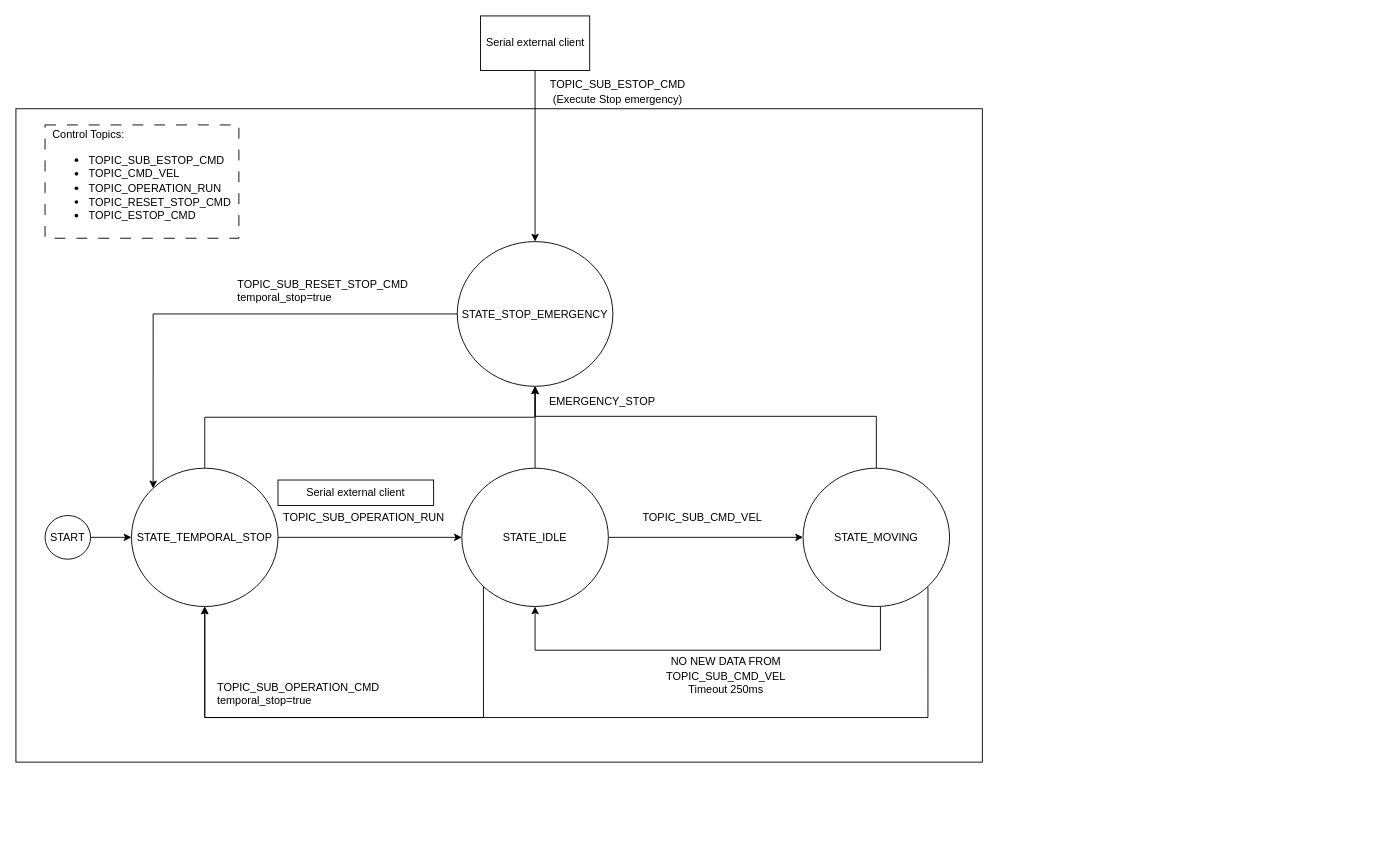
Earlier version of the draw.io diagram page "Arquitecture - FSM" (3 of 5) of docs/device.drawio (ipobletev/yahboom-stm32f103-ros-boardcontrol). Source tidied: cells renumbered, new cells numbered last; positions are measured from the earlier drawing's top-left corner, leaving out a move shared by most shapes. Both pictures are drawn from the tidied source at 91%, with x=0, y=0 at pixel (15, 15).
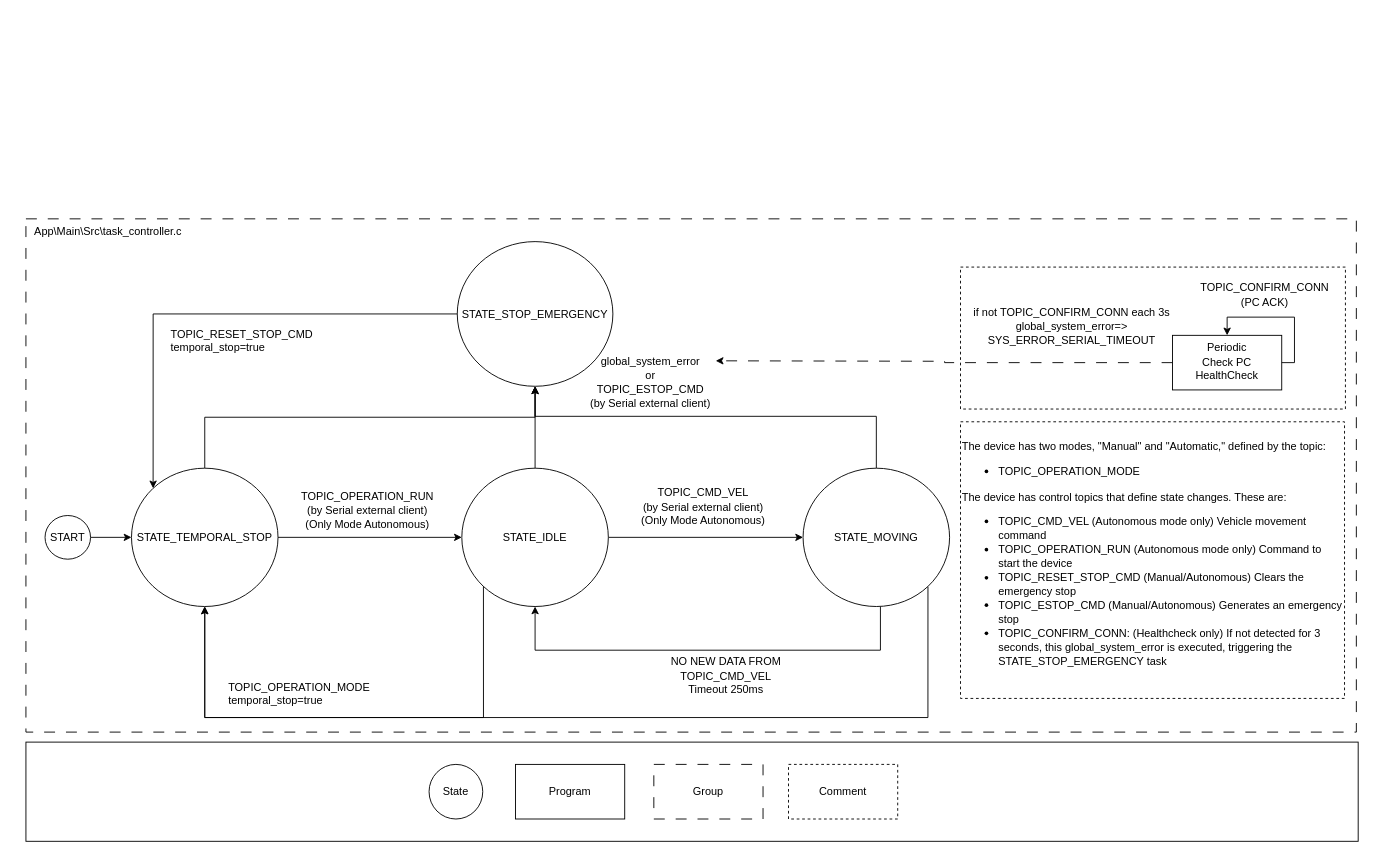
After the change.

Unchanged cells that the change refers to:
```xml
<mxCell id="9" value="&lt;font face=&quot;Helvetica&quot;&gt;STATE_STOP_&lt;/font&gt;&lt;span style=&quot;font-family: Helvetica;&quot;&gt;EMERGENCY&lt;/span&gt;" style="ellipse;whiteSpace=wrap;html=1;hachureGap=4;fontFamily=Architects Daughter;" parent="1" vertex="1">
  <mxGeometry x="485" y="248" width="171" height="159" as="geometry" />
</mxCell>
```

Diff of the diagram source:
```diff
@@
+    <mxCell id="29" style="rounded=0;whiteSpace=wrap;html=1;hachureGap=4;fontFamily=Architects Daughter;" parent="1" vertex="1">
+      <mxGeometry x="11" y="798" width="1464" height="109" as="geometry" />
+    </mxCell>
-    <mxCell id="2" style="rounded=0;whiteSpace=wrap;html=1;hachureGap=4;fontFamily=Architects Daughter;" parent="1" vertex="1">
-      <mxGeometry y="102" width="1062" height="718" as="geometry" />
+    <mxCell id="2" style="rounded=0;whiteSpace=wrap;html=1;hachureGap=4;fontFamily=Architects Daughter;dashed=1;dashPattern=12 12;" parent="1" vertex="1">
+      <mxGeometry x="11" y="223" width="1462" height="564" as="geometry" />
     </mxCell>
+    <mxCell id="30" style="rounded=0;whiteSpace=wrap;html=1;hachureGap=4;fontFamily=Architects Daughter;dashed=1;" parent="1" vertex="1">
+      <mxGeometry x="1038" y="276" width="423" height="156" as="geometry" />
+    </mxCell>
@@
-    <mxCell id="17" value="&lt;font face=&quot;Helvetica&quot;&gt;TOPIC_SUB_OPERATION_RUN&lt;/font&gt;" style="text;html=1;align=center;verticalAlign=middle;strokeColor=none;fillColor=none;fontFamily=Architects Daughter;" parent="1" vertex="1">
-      <mxGeometry x="284" y="538" width="195" height="27" as="geometry" />
+    <mxCell id="17" value="&lt;font face=&quot;Helvetica&quot;&gt;TOPIC_OPERATION_RUN&lt;/font&gt;&lt;div&gt;&lt;font face=&quot;Helvetica&quot;&gt;(by&amp;nbsp;&lt;/font&gt;&lt;span style=&quot;background-color: initial;&quot;&gt;&lt;font face=&quot;Helvetica&quot;&gt;Serial external client&lt;/font&gt;&lt;/span&gt;&lt;span style=&quot;font-family: Helvetica; background-color: initial;&quot;&gt;)&lt;/span&gt;&lt;/div&gt;&lt;div&gt;&lt;span style=&quot;font-family: Helvetica;&quot;&gt;(Only Mode Autonomous)&lt;/span&gt;&lt;br style=&quot;font-family: Helvetica;&quot;&gt;&lt;/div&gt;" style="text;html=1;align=center;verticalAlign=middle;strokeColor=none;fillColor=none;fontFamily=Architects Daughter;" parent="1" vertex="1">
+      <mxGeometry x="304" y="515" width="164" height="58" as="geometry" />
     </mxCell>
-    <mxCell id="18" value="&lt;span style=&quot;font-family: Helvetica;&quot;&gt;TOPIC_SUB_CMD_VEL&lt;/span&gt;" style="text;html=1;align=center;verticalAlign=middle;strokeColor=none;fillColor=none;fontFamily=Architects Daughter;" parent="1" vertex="1">
-      <mxGeometry x="679" y="538" width="149" height="27" as="geometry" />
+    <mxCell id="18" value="&lt;font face=&quot;Helvetica&quot;&gt;TOPIC_CMD_VEL&lt;/font&gt;&lt;br&gt;&lt;font face=&quot;Helvetica&quot;&gt;(by Serial external client)&lt;br&gt;&lt;/font&gt;&lt;span style=&quot;font-family: Helvetica;&quot;&gt;(Only Mode Autonomous)&lt;/span&gt;&lt;font face=&quot;Helvetica&quot;&gt;&lt;br&gt;&lt;/font&gt;" style="text;html=1;align=center;verticalAlign=middle;strokeColor=none;fillColor=none;fontFamily=Architects Daughter;" parent="1" vertex="1">
+      <mxGeometry x="678" y="511" width="154" height="58" as="geometry" />
     </mxCell>
-    <mxCell id="19" value="&lt;span style=&quot;font-family: Helvetica;&quot;&gt;NO NEW DATA FROM&lt;br&gt;TOPIC_SUB_CMD_VEL&lt;br&gt;Timeout 250ms&lt;/span&gt;" style="text;html=1;align=center;verticalAlign=middle;strokeColor=none;fillColor=none;fontFamily=Architects Daughter;" parent="1" vertex="1">
-      <mxGeometry x="705" y="697" width="149" height="58" as="geometry" />
+    <mxCell id="19" value="&lt;span style=&quot;font-family: Helvetica;&quot;&gt;NO NEW DATA FROM&lt;br&gt;TOPIC_CMD_VEL&lt;br&gt;Timeout 250ms&lt;/span&gt;" style="text;html=1;align=center;verticalAlign=middle;strokeColor=none;fillColor=none;fontFamily=Architects Daughter;" parent="1" vertex="1">
+      <mxGeometry x="710" y="697" width="139" height="58" as="geometry" />
     </mxCell>
-    <mxCell id="20" value="&lt;font face=&quot;Helvetica&quot;&gt;EMERGENCY_STOP&lt;/font&gt;" style="text;html=1;align=center;verticalAlign=middle;strokeColor=none;fillColor=none;fontFamily=Architects Daughter;" parent="1" vertex="1">
-      <mxGeometry x="577" y="410" width="134" height="27" as="geometry" />
-    </mxCell>
-    <mxCell id="21" value="&lt;font face=&quot;Helvetica&quot;&gt;TOPIC_SUB_OPERATION_CMD&lt;br&gt;&lt;div style=&quot;text-align: left;&quot;&gt;&lt;span style=&quot;background-color: initial;&quot;&gt;temporal_stop=true&lt;/span&gt;&lt;/div&gt;&lt;/font&gt;" style="text;html=1;align=center;verticalAlign=middle;strokeColor=none;fillColor=none;fontFamily=Architects Daughter;" parent="1" vertex="1">
-      <mxGeometry x="212" y="724" width="196" height="42" as="geometry" />
+    <mxCell id="21" value="&lt;font face=&quot;Helvetica&quot;&gt;TOPIC_OPERATION_MODE&lt;br&gt;&lt;div style=&quot;text-align: left;&quot;&gt;&lt;span style=&quot;background-color: initial;&quot;&gt;temporal_stop=true&lt;/span&gt;&lt;/div&gt;&lt;/font&gt;" style="text;html=1;align=center;verticalAlign=middle;strokeColor=none;fillColor=none;fontFamily=Architects Daughter;" parent="1" vertex="1">
+      <mxGeometry x="224" y="724" width="174" height="42" as="geometry" />
     </mxCell>
@@
-    <mxCell id="23" value="&lt;span style=&quot;font-family: Helvetica;&quot;&gt;TOPIC_SUB_RESET_STOP_CMD&lt;/span&gt;&lt;br style=&quot;font-family: Helvetica;&quot;&gt;&lt;div style=&quot;font-family: Helvetica; text-align: left;&quot;&gt;&lt;span style=&quot;background-color: initial;&quot;&gt;temporal_stop=true&lt;/span&gt;&lt;/div&gt;" style="text;html=1;align=center;verticalAlign=middle;strokeColor=none;fillColor=none;fontFamily=Architects Daughter;" parent="1" vertex="1">
-      <mxGeometry x="234" y="281" width="206" height="42" as="geometry" />
+    <mxCell id="23" value="&lt;font face=&quot;Helvetica&quot;&gt;TOPIC_RESET_STOP_CMD&lt;/font&gt;&lt;br style=&quot;font-family: Helvetica;&quot;&gt;&lt;div style=&quot;font-family: Helvetica; text-align: left;&quot;&gt;&lt;span style=&quot;background-color: initial;&quot;&gt;temporal_stop=true&lt;/span&gt;&lt;/div&gt;" style="text;html=1;align=center;verticalAlign=middle;strokeColor=none;fillColor=none;fontFamily=Architects Daughter;" parent="1" vertex="1">
+      <mxGeometry x="161" y="336" width="174" height="42" as="geometry" />
     </mxCell>
-    <mxCell id="24" style="edgeStyle=orthogonalEdgeStyle;rounded=0;hachureGap=4;jettySize=auto;html=1;entryX=0.5;entryY=0;entryDx=0;entryDy=0;fontFamily=Architects Daughter;" parent="1" edge="1" source="25" target="9">
-      <mxGeometry relative="1" as="geometry" />
-    </mxCell>
-    <mxCell id="25" value="&lt;font face=&quot;Helvetica&quot;&gt;Serial external client&lt;br&gt;&lt;/font&gt;" style="rounded=0;whiteSpace=wrap;html=1;hachureGap=4;fontFamily=Architects Daughter;" parent="1" vertex="1">
-      <mxGeometry x="510.5" width="120" height="60" as="geometry" />
-    </mxCell>
-    <mxCell id="26" value="&lt;font face=&quot;Helvetica&quot;&gt;TOPIC_SUB_ESTOP_CMD&lt;br&gt;(&lt;/font&gt;&lt;span style=&quot;font-family: Helvetica;&quot;&gt;Execute Stop emergency&lt;/span&gt;&lt;font face=&quot;Helvetica&quot;&gt;)&lt;/font&gt;" style="text;html=1;align=center;verticalAlign=middle;strokeColor=none;fillColor=none;fontFamily=Architects Daughter;" parent="1" vertex="1">
-      <mxGeometry x="577" y="62" width="167" height="43" as="geometry" />
+    <mxCell id="26" value="&lt;span style=&quot;font-family: Helvetica;&quot;&gt;global_system_error &lt;br&gt;or&lt;br&gt;&lt;/span&gt;&lt;font face=&quot;Helvetica&quot;&gt;TOPIC_ESTOP_CMD&lt;br&gt;&lt;/font&gt;&lt;font face=&quot;Helvetica&quot;&gt;(by&amp;nbsp;&lt;/font&gt;&lt;span style=&quot;background-color: initial;&quot;&gt;&lt;font face=&quot;Helvetica&quot;&gt;Serial external client&lt;/font&gt;&lt;/span&gt;&lt;span style=&quot;background-color: initial; font-family: Helvetica;&quot;&gt;)&lt;/span&gt;&lt;font face=&quot;Helvetica&quot;&gt;&lt;br&gt;&lt;/font&gt;" style="text;html=1;align=center;verticalAlign=middle;strokeColor=none;fillColor=none;fontFamily=Architects Daughter;" parent="1" vertex="1">
+      <mxGeometry x="622" y="366" width="150" height="74" as="geometry" />
     </mxCell>
-    <mxCell id="27" value="&lt;font face=&quot;Helvetica&quot;&gt;Serial external client&lt;br&gt;&lt;/font&gt;" style="rounded=0;whiteSpace=wrap;html=1;hachureGap=4;fontFamily=Architects Daughter;" parent="1" vertex="1">
-      <mxGeometry x="288" y="510" width="171" height="28" as="geometry" />
-    </mxCell>
-    <mxCell id="28" value="&lt;div style=&quot;text-align: left;&quot;&gt;&lt;span style=&quot;font-family: Helvetica; background-color: initial;&quot;&gt;Control Topics:&lt;/span&gt;&lt;/div&gt;&lt;div&gt;&lt;ul&gt;&lt;li style=&quot;text-align: left;&quot;&gt;&lt;font face=&quot;Helvetica&quot;&gt;TOPIC_SUB_ESTOP_CMD&lt;br&gt;&lt;/font&gt;&lt;/li&gt;&lt;li style=&quot;text-align: left;&quot;&gt;&lt;font face=&quot;Helvetica&quot;&gt;TOPIC_CMD_VEL&lt;br&gt;&lt;/font&gt;&lt;/li&gt;&lt;li style=&quot;text-align: left;&quot;&gt;&lt;font face=&quot;Helvetica&quot;&gt;TOPIC_OPERATION_RUN&lt;br&gt;&lt;/font&gt;&lt;/li&gt;&lt;li style=&quot;text-align: left;&quot;&gt;&lt;font face=&quot;Helvetica&quot;&gt;&lt;span style=&quot;text-align: center;&quot;&gt;TOPIC_RESET_STOP_CMD&lt;/span&gt;&lt;br&gt;&lt;/font&gt;&lt;/li&gt;&lt;li style=&quot;text-align: left;&quot;&gt;&lt;font face=&quot;Helvetica&quot;&gt;&lt;span style=&quot;text-align: center;&quot;&gt;TOPIC_ESTOP_CMD&lt;/span&gt;&lt;/font&gt;&lt;/li&gt;&lt;/ul&gt;&lt;/div&gt;" style="rounded=0;whiteSpace=wrap;html=1;hachureGap=4;fontFamily=Architects Daughter;dashed=1;dashPattern=12 12;" parent="1" vertex="1">
-      <mxGeometry x="32" y="119.8" width="213" height="124.5" as="geometry" />
-    </mxCell>
+    <mxCell id="31" value="&lt;font face=&quot;Helvetica&quot;&gt;App\Main\Src\task_controller.c&lt;/font&gt;" style="text;html=1;align=center;verticalAlign=middle;strokeColor=none;fillColor=none;fontFamily=Architects Daughter;" parent="1" vertex="1">
+      <mxGeometry x="11" y="223" width="180" height="27" as="geometry" />
+    </mxCell>
+    <mxCell id="32" style="edgeStyle=orthogonalEdgeStyle;rounded=0;hachureGap=4;jettySize=auto;html=1;exitX=0;exitY=0.5;exitDx=0;exitDy=0;fontFamily=Architects Daughter;dashed=1;dashPattern=12 12;" parent="1" edge="1" source="33">
+      <mxGeometry relative="1" as="geometry">
+        <mxPoint x="769" y="379" as="targetPoint" />
+      </mxGeometry>
+    </mxCell>
+    <mxCell id="33" value="&lt;font face=&quot;Helvetica&quot;&gt;Periodic&lt;br&gt;Check PC&lt;br&gt;HealthCheck&lt;/font&gt;" style="rounded=0;whiteSpace=wrap;html=1;hachureGap=4;fontFamily=Architects Daughter;" parent="1" vertex="1">
+      <mxGeometry x="1271" y="351" width="120" height="60" as="geometry" />
+    </mxCell>
+    <mxCell id="34" style="edgeStyle=orthogonalEdgeStyle;rounded=0;hachureGap=4;orthogonalLoop=1;jettySize=auto;html=1;exitX=1;exitY=0.5;exitDx=0;exitDy=0;entryX=0.5;entryY=0;entryDx=0;entryDy=0;fontFamily=Architects Daughter;" parent="1" edge="1" source="33" target="33">
+      <mxGeometry relative="1" as="geometry">
+        <Array as="points">
+          <mxPoint x="1405" y="381" />
+          <mxPoint x="1405" y="331" />
+          <mxPoint x="1331" y="331" />
+        </Array>
+      </mxGeometry>
+    </mxCell>
+    <mxCell id="35" value="&lt;font face=&quot;Helvetica&quot;&gt;if not&amp;nbsp;&lt;/font&gt;&lt;span style=&quot;font-family: Helvetica;&quot;&gt;TOPIC_CONFIRM_CONN each 3s&lt;/span&gt;&lt;font face=&quot;Helvetica&quot;&gt;&lt;br&gt;global_system_error=&amp;gt;&lt;br&gt;SYS_ERROR_SERIAL_TIMEOUT&lt;br&gt;&lt;/font&gt;" style="text;html=1;align=center;verticalAlign=middle;strokeColor=none;fillColor=none;fontFamily=Architects Daughter;" parent="1" vertex="1">
+      <mxGeometry x="1043" y="313" width="234" height="58" as="geometry" />
+    </mxCell>
+    <mxCell id="36" value="&lt;font face=&quot;Helvetica&quot;&gt;TOPIC_CONFIRM_CONN&lt;br&gt;(PC ACK)&lt;/font&gt;" style="text;html=1;align=center;verticalAlign=middle;strokeColor=none;fillColor=none;fontFamily=Architects Daughter;" parent="1" vertex="1">
+      <mxGeometry x="1292" y="285" width="159" height="43" as="geometry" />
+    </mxCell>
+    <mxCell id="37" value="&lt;font face=&quot;Helvetica&quot;&gt;State&lt;/font&gt;" style="ellipse;whiteSpace=wrap;html=1;hachureGap=4;fontFamily=Architects Daughter;" parent="1" vertex="1">
+      <mxGeometry x="454" y="822.5" width="59" height="60" as="geometry" />
+    </mxCell>
+    <mxCell id="38" value="&lt;font face=&quot;Helvetica&quot;&gt;Program&lt;/font&gt;" style="rounded=0;whiteSpace=wrap;html=1;hachureGap=4;fontFamily=Architects Daughter;" parent="1" vertex="1">
+      <mxGeometry x="549" y="822.5" width="120" height="60" as="geometry" />
+    </mxCell>
+    <mxCell id="39" value="&lt;div&gt;&lt;font face=&quot;Helvetica&quot;&gt;The device has two modes, &quot;Manual&quot; and &quot;Automatic,&quot; defined by the topic:&lt;/font&gt;&lt;/div&gt;&lt;div&gt;&lt;ul&gt;&lt;li&gt;&lt;font face=&quot;Helvetica&quot;&gt;TOPIC_OPERATION_MODE&lt;/font&gt;&lt;/li&gt;&lt;/ul&gt;&lt;/div&gt;&lt;div&gt;&lt;font face=&quot;Helvetica&quot;&gt;The device has control topics that define state changes. These are:&lt;/font&gt;&lt;/div&gt;&lt;div&gt;&lt;ul&gt;&lt;li&gt;&lt;font face=&quot;Helvetica&quot;&gt;TOPIC_CMD_VEL (Autonomous mode only) Vehicle movement command&lt;/font&gt;&lt;/li&gt;&lt;li&gt;&lt;font face=&quot;Helvetica&quot;&gt;TOPIC_OPERATION_RUN (Autonomous mode only) Command to start the device&lt;/font&gt;&lt;/li&gt;&lt;li&gt;&lt;font face=&quot;Helvetica&quot;&gt;TOPIC_RESET_STOP_CMD (Manual/Autonomous) Clears the emergency stop&lt;/font&gt;&lt;/li&gt;&lt;li&gt;&lt;font face=&quot;Helvetica&quot;&gt;TOPIC_ESTOP_CMD (Manual/Autonomous) Generates an emergency stop&lt;/font&gt;&lt;/li&gt;&lt;li&gt;&lt;font face=&quot;Helvetica&quot;&gt;TOPIC_CONFIRM_CONN: (Healthcheck only) If not detected for 3 seconds, this global_system_error is executed, triggering the STATE_STOP_EMERGENCY task&lt;/font&gt;&lt;/li&gt;&lt;/ul&gt;&lt;/div&gt;" style="rounded=0;whiteSpace=wrap;html=1;hachureGap=4;fontFamily=Architects Daughter;align=left;dashed=1;" parent="1" vertex="1">
+      <mxGeometry x="1038" y="446" width="422" height="304" as="geometry" />
+    </mxCell>
+    <mxCell id="40" value="&lt;font face=&quot;Helvetica&quot;&gt;Group&lt;/font&gt;" style="rounded=0;whiteSpace=wrap;html=1;hachureGap=4;fontFamily=Architects Daughter;dashed=1;dashPattern=12 12;" parent="1" vertex="1">
+      <mxGeometry x="701" y="822.5" width="120" height="60" as="geometry" />
+    </mxCell>
+    <mxCell id="41" value="&lt;font face=&quot;Helvetica&quot;&gt;Comment&lt;/font&gt;" style="rounded=0;whiteSpace=wrap;html=1;hachureGap=4;fontFamily=Architects Daughter;dashed=1;" parent="1" vertex="1">
+      <mxGeometry x="849" y="822.5" width="120" height="60" as="geometry" />
+    </mxCell>
```
